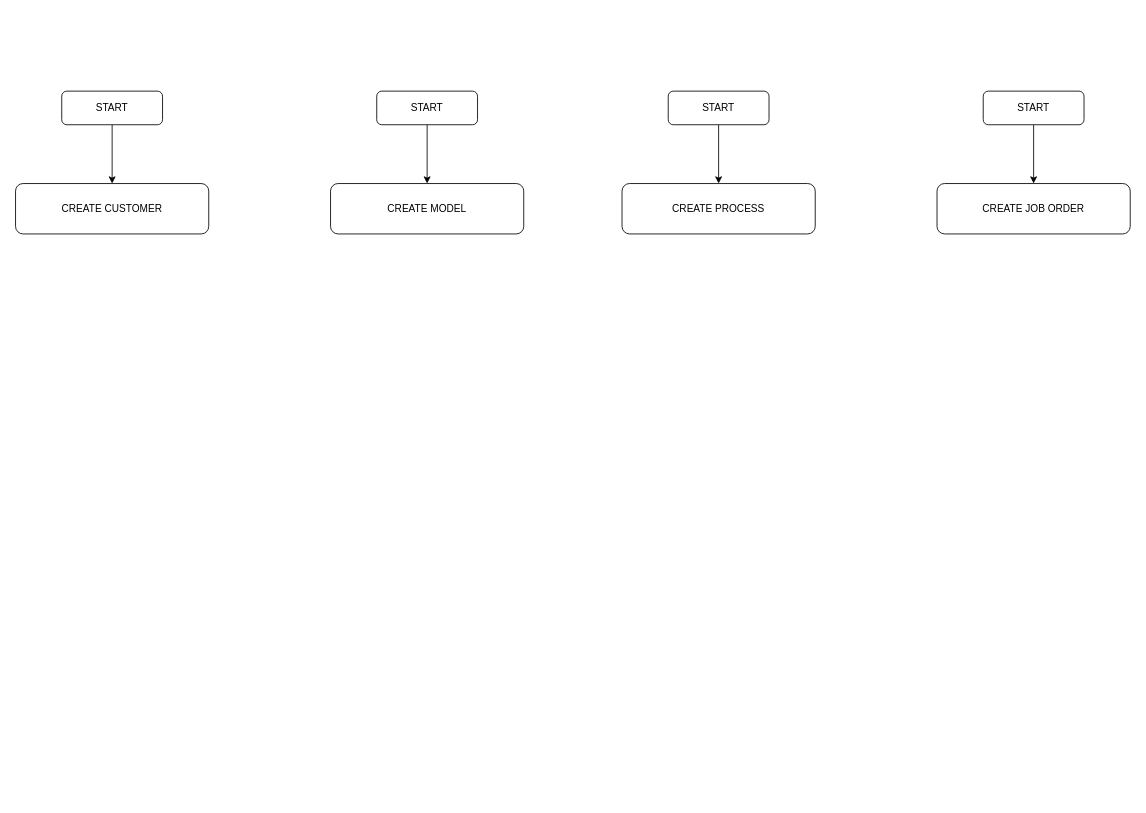
Above: SIAM-KORAT.drawio in DADDY-BODY-DEVELOP/SIAM-KORAT (draw.io), before the change. Source tidied: cells renumbered, new cells numbered last; positions are measured from the earlier drawing's top-left corner, leaving out a move shared by most shapes. Both pictures are drawn from the tidied source at 84%, with x=0, y=0 at pixel (15, 91).
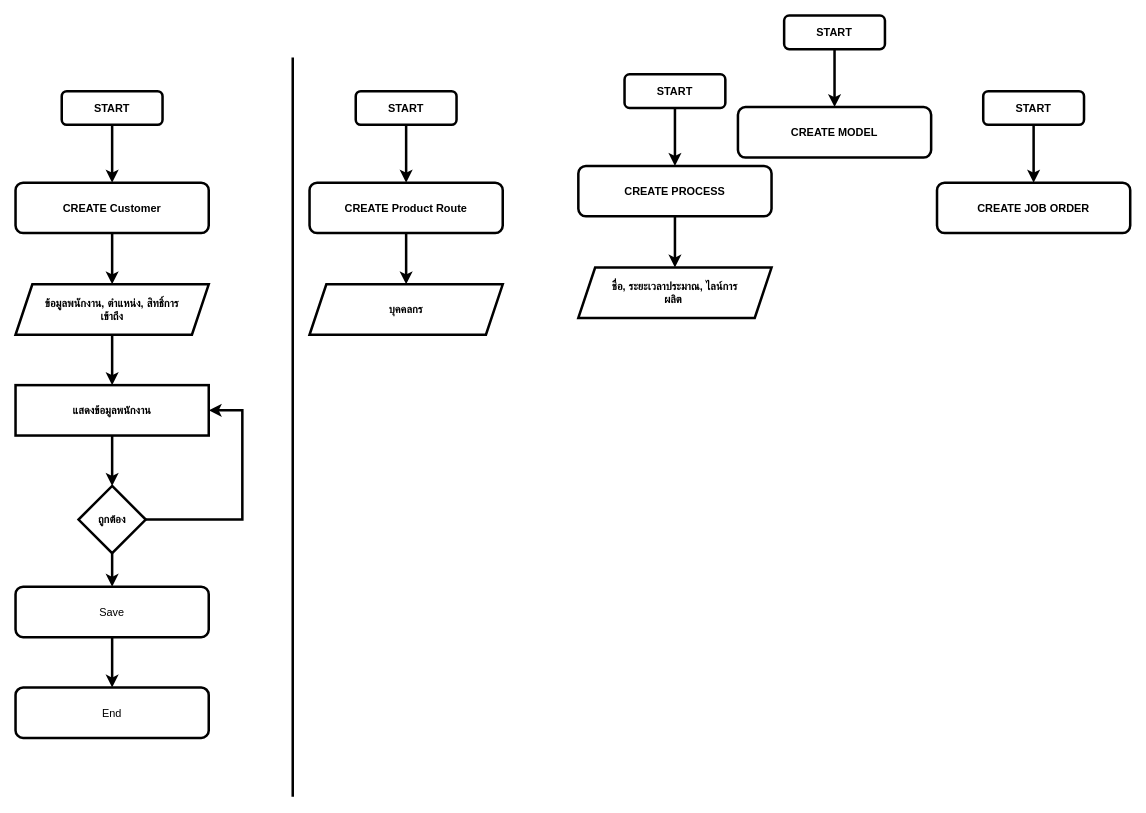
The same diagram, later.

What changed in the source:
```diff
@@
-    <mxCell id="2" style="edgeStyle=orthogonalEdgeStyle;rounded=0;jettySize=auto;html=1;" parent="1" edge="1" source="3" target="4">
+    <mxCell id="2" style="edgeStyle=orthogonalEdgeStyle;rounded=0;jettySize=auto;html=1;strokeWidth=3;fontSize=13;fontStyle=1;verticalAlign=middle;spacingLeft=0;spacingBottom=0;spacingRight=0;spacing=30;" parent="1" edge="1" source="3" target="4">
       <mxGeometry relative="1" as="geometry" />
     </mxCell>
-    <mxCell id="3" value="START" style="rounded=1;whiteSpace=wrap;html=1;fontSize=12;glass=0;strokeWidth=1;shadow=0;" parent="1" vertex="1">
+    <mxCell id="3" value="START" style="rounded=1;whiteSpace=wrap;html=1;fontSize=13;glass=0;strokeWidth=3;shadow=0;fontStyle=1;verticalAlign=middle;spacingLeft=0;spacingBottom=0;spacingRight=0;spacing=30;" parent="1" vertex="1">
       <mxGeometry x="55" width="120" height="40" as="geometry" />
     </mxCell>
+    <mxCell id="14" style="edgeStyle=orthogonalEdgeStyle;rounded=0;jettySize=auto;html=1;exitX=0.5;exitY=1;exitDx=0;exitDy=0;entryX=0.5;entryY=0;entryDx=0;entryDy=0;strokeWidth=3;fontSize=13;fontStyle=1;" parent="1" edge="1" source="4" target="19">
+      <mxGeometry relative="1" as="geometry" />
+    </mxCell>
-    <mxCell id="4" value="CREATE CUSTOMER" style="whiteSpace=wrap;html=1;rounded=1;shadow=0;strokeWidth=1;glass=0;" parent="1" vertex="1">
-      <mxGeometry y="110" width="230" height="60" as="geometry" />
+    <mxCell id="4" value="CREATE Customer" style="whiteSpace=wrap;html=1;rounded=1;shadow=0;strokeWidth=3;glass=0;fontSize=13;fontStyle=1;verticalAlign=middle;spacingLeft=0;spacingBottom=0;spacingRight=0;spacing=30;" parent="1" vertex="1">
+      <mxGeometry y="109" width="230" height="60" as="geometry" />
     </mxCell>
-    <mxCell id="5" style="edgeStyle=orthogonalEdgeStyle;rounded=0;jettySize=auto;html=1;" parent="1" edge="1" source="6" target="7">
+    <mxCell id="5" style="edgeStyle=orthogonalEdgeStyle;rounded=0;jettySize=auto;html=1;strokeWidth=3;fontSize=13;fontStyle=1;verticalAlign=middle;spacingLeft=0;spacingBottom=0;spacingRight=0;spacing=30;" parent="1" edge="1" source="6" target="7">
       <mxGeometry relative="1" as="geometry" />
     </mxCell>
-    <mxCell id="6" value="START" style="rounded=1;whiteSpace=wrap;html=1;fontSize=12;glass=0;strokeWidth=1;shadow=0;" parent="1" vertex="1">
-      <mxGeometry x="430" width="120" height="40" as="geometry" />
+    <mxCell id="6" value="START" style="rounded=1;whiteSpace=wrap;html=1;fontSize=13;glass=0;strokeWidth=3;shadow=0;fontStyle=1;verticalAlign=middle;spacingLeft=0;spacingBottom=0;spacingRight=0;spacing=30;" parent="1" vertex="1">
+      <mxGeometry x="915" y="-90" width="120" height="40" as="geometry" />
     </mxCell>
-    <mxCell id="7" value="CREATE MODEL" style="whiteSpace=wrap;html=1;rounded=1;shadow=0;strokeWidth=1;glass=0;" parent="1" vertex="1">
-      <mxGeometry x="375" y="110" width="230" height="60" as="geometry" />
+    <mxCell id="7" value="CREATE MODEL" style="whiteSpace=wrap;html=1;rounded=1;shadow=0;strokeWidth=3;glass=0;fontSize=13;fontStyle=1;verticalAlign=middle;spacingLeft=0;spacingBottom=0;spacingRight=0;spacing=30;" parent="1" vertex="1">
+      <mxGeometry x="860" y="19" width="230" height="60" as="geometry" />
     </mxCell>
-    <mxCell id="8" style="edgeStyle=orthogonalEdgeStyle;rounded=0;jettySize=auto;html=1;" parent="1" edge="1" source="9" target="10">
+    <mxCell id="8" style="edgeStyle=orthogonalEdgeStyle;rounded=0;jettySize=auto;html=1;strokeWidth=3;fontSize=13;fontStyle=1;verticalAlign=middle;spacingLeft=0;spacingBottom=0;spacingRight=0;spacing=30;" parent="1" edge="1" source="9" target="10">
       <mxGeometry relative="1" as="geometry" />
     </mxCell>
-    <mxCell id="9" value="START" style="rounded=1;whiteSpace=wrap;html=1;fontSize=12;glass=0;strokeWidth=1;shadow=0;" parent="1" vertex="1">
-      <mxGeometry x="777" width="120" height="40" as="geometry" />
+    <mxCell id="9" value="START" style="rounded=1;whiteSpace=wrap;html=1;fontSize=13;glass=0;strokeWidth=3;shadow=0;fontStyle=1;verticalAlign=middle;spacingLeft=0;spacingBottom=0;spacingRight=0;spacing=30;" parent="1" vertex="1">
+      <mxGeometry x="725" y="-20" width="120" height="40" as="geometry" />
     </mxCell>
+    <mxCell id="15" style="edgeStyle=orthogonalEdgeStyle;rounded=0;jettySize=auto;html=1;exitX=0.5;exitY=1;exitDx=0;exitDy=0;entryX=0.5;entryY=0;entryDx=0;entryDy=0;strokeWidth=3;fontSize=13;" parent="1" edge="1" source="10" target="27">
+      <mxGeometry relative="1" as="geometry" />
+    </mxCell>
-    <mxCell id="10" value="CREATE PROCESS" style="whiteSpace=wrap;html=1;rounded=1;shadow=0;strokeWidth=1;glass=0;" parent="1" vertex="1">
-      <mxGeometry x="722" y="110" width="230" height="60" as="geometry" />
+    <mxCell id="10" value="CREATE PROCESS" style="whiteSpace=wrap;html=1;rounded=1;shadow=0;strokeWidth=3;glass=0;fontSize=13;fontStyle=1;verticalAlign=middle;spacingLeft=0;spacingBottom=0;spacingRight=0;spacing=30;" parent="1" vertex="1">
+      <mxGeometry x="670" y="89" width="230" height="60" as="geometry" />
     </mxCell>
-    <mxCell id="11" style="edgeStyle=orthogonalEdgeStyle;rounded=0;jettySize=auto;html=1;" parent="1" edge="1" source="12" target="13">
+    <mxCell id="11" style="edgeStyle=orthogonalEdgeStyle;rounded=0;jettySize=auto;html=1;strokeWidth=3;fontSize=13;fontStyle=1;verticalAlign=middle;spacingLeft=0;spacingBottom=0;spacingRight=0;spacing=30;" parent="1" edge="1" source="12" target="13">
       <mxGeometry relative="1" as="geometry" />
     </mxCell>
-    <mxCell id="12" value="START" style="rounded=1;whiteSpace=wrap;html=1;fontSize=12;glass=0;strokeWidth=1;shadow=0;" parent="1" vertex="1">
+    <mxCell id="12" value="START" style="rounded=1;whiteSpace=wrap;html=1;fontSize=13;glass=0;strokeWidth=3;shadow=0;fontStyle=1;verticalAlign=middle;spacingLeft=0;spacingBottom=0;spacingRight=0;spacing=30;" parent="1" vertex="1">
       <mxGeometry x="1152" width="120" height="40" as="geometry" />
     </mxCell>
-    <mxCell id="13" value="CREATE JOB ORDER" style="whiteSpace=wrap;html=1;rounded=1;shadow=0;strokeWidth=1;glass=0;" parent="1" vertex="1">
-      <mxGeometry x="1097" y="110" width="230" height="60" as="geometry" />
+    <mxCell id="13" value="CREATE JOB ORDER" style="whiteSpace=wrap;html=1;rounded=1;shadow=0;strokeWidth=3;glass=0;fontSize=13;fontStyle=1;verticalAlign=middle;spacingLeft=0;spacingBottom=0;spacingRight=0;spacing=30;" parent="1" vertex="1">
+      <mxGeometry x="1097" y="109" width="230" height="60" as="geometry" />
     </mxCell>
+    <mxCell id="16" style="edgeStyle=orthogonalEdgeStyle;rounded=0;jettySize=auto;html=1;exitX=0.5;exitY=1;exitDx=0;exitDy=0;entryX=0.5;entryY=0;entryDx=0;entryDy=0;strokeWidth=3;fontSize=13;" parent="1" edge="1" source="17" target="22">
+      <mxGeometry relative="1" as="geometry" />
+    </mxCell>
+    <mxCell id="17" value="แสดงข้อมูลพนักงาน" style="rounded=0;whiteSpace=wrap;html=1;strokeWidth=3;fontSize=13;fontStyle=1;verticalAlign=middle;spacingLeft=0;spacingBottom=0;spacingRight=0;spacing=30;" parent="1" vertex="1">
+      <mxGeometry y="350" width="230" height="60" as="geometry" />
+    </mxCell>
+    <mxCell id="18" style="edgeStyle=orthogonalEdgeStyle;rounded=0;jettySize=auto;html=1;exitX=0.5;exitY=1;exitDx=0;exitDy=0;entryX=0.5;entryY=0;entryDx=0;entryDy=0;strokeWidth=3;fontSize=13;fontStyle=1;" parent="1" edge="1" source="19" target="17">
+      <mxGeometry relative="1" as="geometry" />
+    </mxCell>
+    <mxCell id="19" value="ข้อมูลพนักงาน, ตำแหน่ง, สิทธิ์การเข้าถึง" style="shape=parallelogram;perimeter=parallelogramPerimeter;whiteSpace=wrap;html=1;fixedSize=1;strokeWidth=3;fontSize=13;fontStyle=1;verticalAlign=middle;spacingLeft=0;spacingBottom=0;spacingRight=0;spacing=30;" parent="1" vertex="1">
+      <mxGeometry y="230" width="230" height="60" as="geometry" />
+    </mxCell>
+    <mxCell id="20" style="edgeStyle=orthogonalEdgeStyle;rounded=0;jettySize=auto;html=1;exitX=1;exitY=0.5;exitDx=0;exitDy=0;entryX=1;entryY=0.5;entryDx=0;entryDy=0;strokeWidth=3;fontSize=13;" parent="1" edge="1" source="22" target="17">
+      <mxGeometry relative="1" as="geometry">
+        <Array as="points">
+          <mxPoint x="270" y="510" />
+          <mxPoint x="270" y="380" />
+        </Array>
+      </mxGeometry>
+    </mxCell>
+    <mxCell id="21" style="edgeStyle=orthogonalEdgeStyle;rounded=0;jettySize=auto;html=1;exitX=0.5;exitY=1;exitDx=0;exitDy=0;entryX=0.5;entryY=0;entryDx=0;entryDy=0;strokeWidth=3;fontSize=13;" parent="1" edge="1" source="22" target="24">
+      <mxGeometry relative="1" as="geometry" />
+    </mxCell>
+    <mxCell id="22" value="ถูกต้อง" style="rhombus;whiteSpace=wrap;html=1;strokeWidth=3;fontSize=13;fontStyle=1;" parent="1" vertex="1">
+      <mxGeometry x="75" y="470" width="80" height="80" as="geometry" />
+    </mxCell>
+    <mxCell id="23" style="edgeStyle=orthogonalEdgeStyle;rounded=0;jettySize=auto;html=1;exitX=0.5;exitY=1;exitDx=0;exitDy=0;entryX=0.5;entryY=0;entryDx=0;entryDy=0;strokeWidth=3;fontSize=13;" parent="1" edge="1" source="24" target="25">
+      <mxGeometry relative="1" as="geometry" />
+    </mxCell>
+    <mxCell id="24" value="Save" style="rounded=1;whiteSpace=wrap;html=1;strokeWidth=3;fontSize=13;" parent="1" vertex="1">
+      <mxGeometry y="590" width="230" height="60" as="geometry" />
+    </mxCell>
+    <mxCell id="25" value="End" style="rounded=1;whiteSpace=wrap;html=1;strokeWidth=3;fontSize=13;" parent="1" vertex="1">
+      <mxGeometry y="710" width="230" height="60" as="geometry" />
+    </mxCell>
+    <mxCell id="26" style="endArrow=none;html=1;strokeWidth=3;fontSize=13;" parent="1" edge="1">
+      <mxGeometry relative="1" as="geometry">
+        <mxPoint x="330" y="840" as="sourcePoint" />
+        <mxPoint x="330" y="-40" as="targetPoint" />
+      </mxGeometry>
+    </mxCell>
+    <mxCell id="27" value="ชื่อ, ระยะเวลาประมาณ, ไลน์การผลิต&amp;nbsp;" style="shape=parallelogram;perimeter=parallelogramPerimeter;whiteSpace=wrap;html=1;fixedSize=1;strokeWidth=3;fontSize=13;fontStyle=1;verticalAlign=middle;spacingLeft=0;spacingBottom=0;spacingRight=0;spacing=30;" parent="1" vertex="1">
+      <mxGeometry x="670" y="210" width="230" height="60" as="geometry" />
+    </mxCell>
+    <mxCell id="28" style="edgeStyle=orthogonalEdgeStyle;rounded=0;jettySize=auto;html=1;strokeWidth=3;fontSize=13;fontStyle=1;verticalAlign=middle;spacingLeft=0;spacingBottom=0;spacingRight=0;spacing=30;" parent="1" edge="1" source="29" target="31">
+      <mxGeometry relative="1" as="geometry" />
+    </mxCell>
+    <mxCell id="29" value="START" style="rounded=1;whiteSpace=wrap;html=1;fontSize=13;glass=0;strokeWidth=3;shadow=0;fontStyle=1;verticalAlign=middle;spacingLeft=0;spacingBottom=0;spacingRight=0;spacing=30;" parent="1" vertex="1">
+      <mxGeometry x="405" width="120" height="40" as="geometry" />
+    </mxCell>
+    <mxCell id="30" style="edgeStyle=orthogonalEdgeStyle;rounded=0;jettySize=auto;html=1;exitX=0.5;exitY=1;exitDx=0;exitDy=0;entryX=0.5;entryY=0;entryDx=0;entryDy=0;strokeWidth=3;fontSize=13;" parent="1" edge="1" source="31" target="32">
+      <mxGeometry relative="1" as="geometry" />
+    </mxCell>
+    <mxCell id="31" value="CREATE Product Route" style="whiteSpace=wrap;html=1;rounded=1;shadow=0;strokeWidth=3;glass=0;fontSize=13;fontStyle=1;verticalAlign=middle;spacingLeft=0;spacingBottom=0;spacingRight=0;spacing=30;" parent="1" vertex="1">
+      <mxGeometry x="350" y="109" width="230" height="60" as="geometry" />
+    </mxCell>
+    <mxCell id="32" value="บุคคลกร" style="shape=parallelogram;perimeter=parallelogramPerimeter;whiteSpace=wrap;html=1;fixedSize=1;strokeWidth=3;fontSize=13;fontStyle=1;verticalAlign=middle;spacingLeft=0;spacingBottom=0;spacingRight=0;spacing=30;" parent="1" vertex="1">
+      <mxGeometry x="350" y="230" width="230" height="60" as="geometry" />
+    </mxCell>
```
